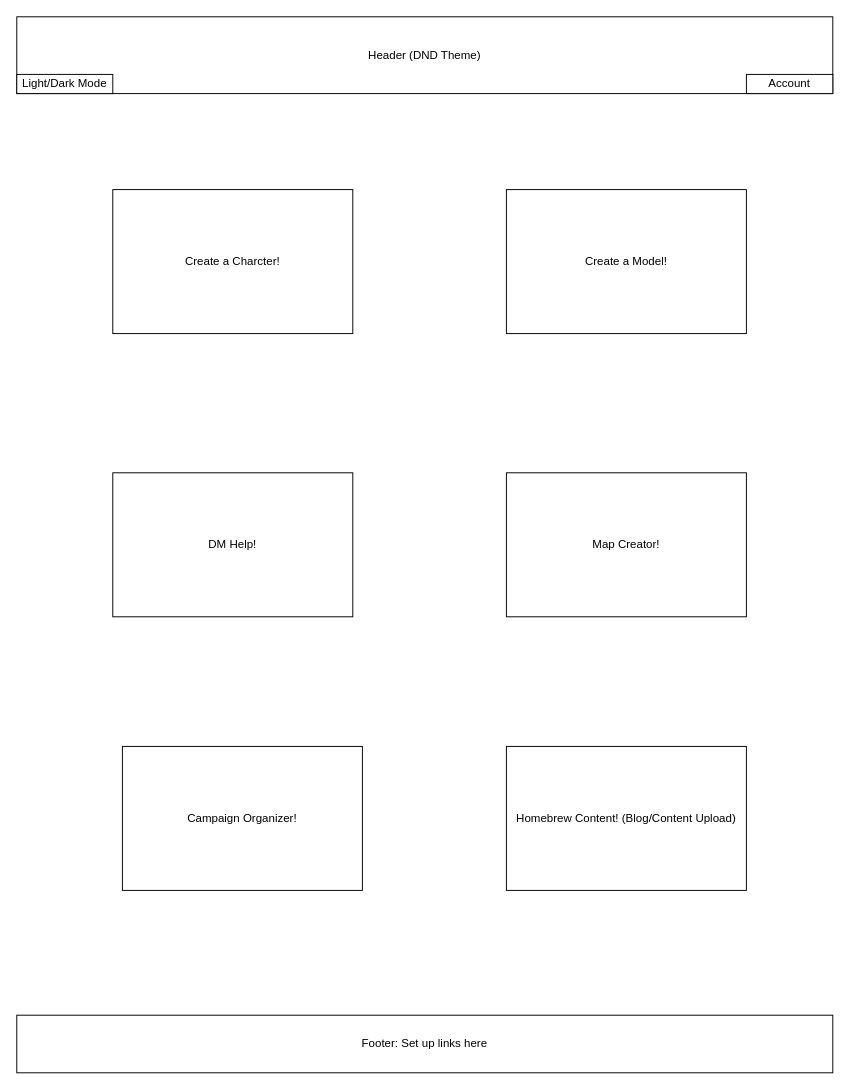
Earlier version of the draw.io diagram page "Main Screen" (1 of 5) of Diagrams/DND_Main_Screen.drawio (aangus98/DND_Organizer). Source tidied: cells renumbered, new cells numbered last; positions are measured from the earlier drawing's top-left corner, leaving out a move shared by most shapes. Both pictures are drawn from the tidied source at 96%, with x=0, y=0 at pixel (16, 16).
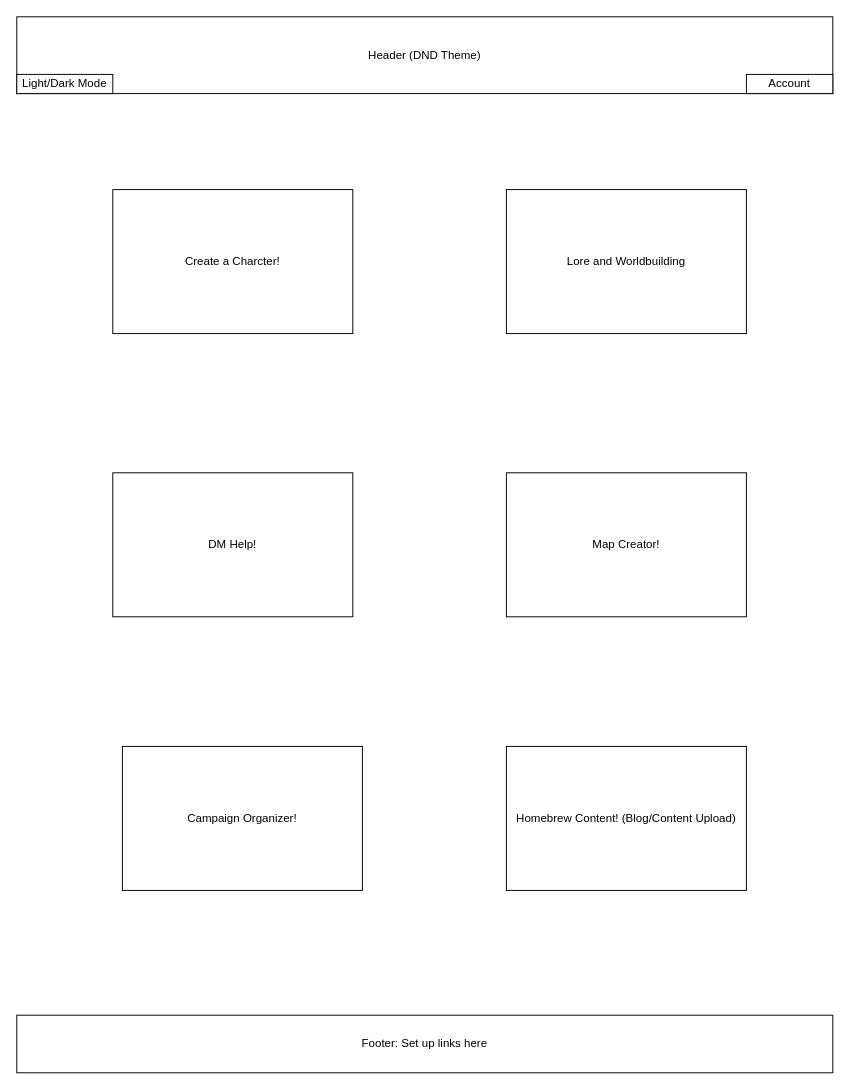
The same page after the edit.

Diff of the diagram source:
```diff
@@
 <mxGraphModel>
   <root>
     <mxCell id="0" />
     <mxCell id="1" parent="0" />
     <mxCell id="2" value="Header (DND Theme)" style="rounded=0;whiteSpace=wrap;html=1;" parent="1" vertex="1">
       <mxGeometry width="850" height="80" as="geometry" />
     </mxCell>
     <mxCell id="3" value="Account" style="rounded=0;whiteSpace=wrap;html=1;" parent="1" vertex="1">
       <mxGeometry x="760" y="60" width="90" height="20" as="geometry" />
     </mxCell>
     <mxCell id="4" value="Light/Dark Mode" style="rounded=0;whiteSpace=wrap;html=1;" parent="1" vertex="1">
       <mxGeometry y="60" width="100" height="20" as="geometry" />
     </mxCell>
     <mxCell id="5" value="Create a Charcter!" style="rounded=0;whiteSpace=wrap;html=1;" parent="1" vertex="1">
       <mxGeometry x="100" y="180" width="250" height="150" as="geometry" />
     </mxCell>
-    <mxCell id="6" value="Create a Model!" style="rounded=0;whiteSpace=wrap;html=1;" parent="1" vertex="1">
+    <mxCell id="6" value="Lore and Worldbuilding" style="rounded=0;whiteSpace=wrap;html=1;" parent="1" vertex="1">
       <mxGeometry x="510" y="180" width="250" height="150" as="geometry" />
     </mxCell>
     <mxCell id="7" value="Footer: Set up links here" style="rounded=0;whiteSpace=wrap;html=1;" parent="1" vertex="1">
       <mxGeometry y="1040" width="850" height="60" as="geometry" />
     </mxCell>
     <mxCell id="8" value="DM Help!" style="rounded=0;whiteSpace=wrap;html=1;" parent="1" vertex="1">
       <mxGeometry x="100" y="475" width="250" height="150" as="geometry" />
     </mxCell>
     <mxCell id="9" value="Map Creator!" style="rounded=0;whiteSpace=wrap;html=1;" parent="1" vertex="1">
       <mxGeometry x="510" y="475" width="250" height="150" as="geometry" />
     </mxCell>
     <mxCell id="10" value="Homebrew Content! (Blog/Content Upload)" style="rounded=0;whiteSpace=wrap;html=1;" parent="1" vertex="1">
       <mxGeometry x="510" y="760" width="250" height="150" as="geometry" />
     </mxCell>
     <mxCell id="11" value="Campaign Organizer!" style="rounded=0;whiteSpace=wrap;html=1;" parent="1" vertex="1">
       <mxGeometry x="110" y="760" width="250" height="150" as="geometry" />
     </mxCell>
   </root>
 </mxGraphModel>
```
